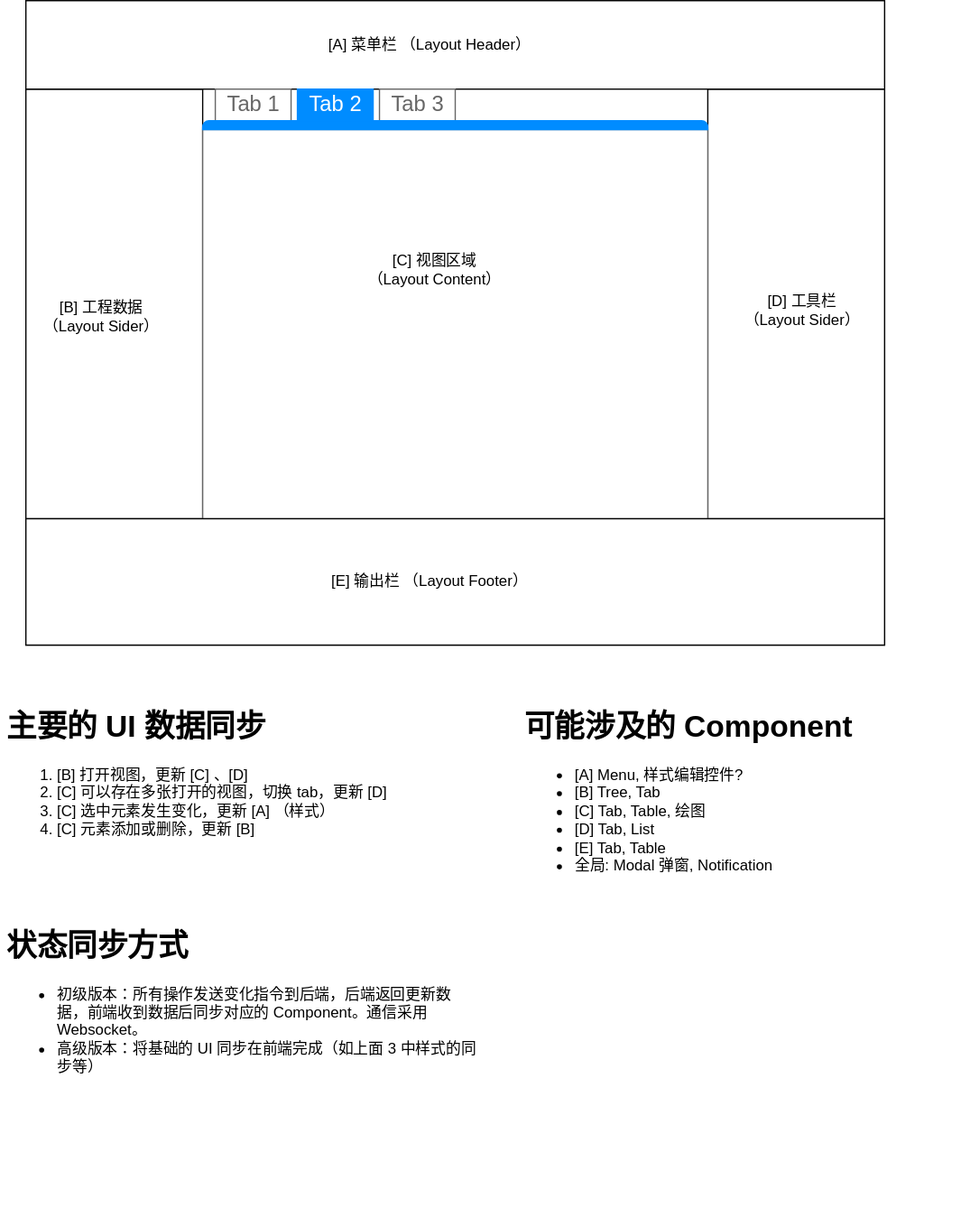
Above: architecture.drawio.svg in cd-yang/ytconfig-react (draw.io), before the change. Source tidied: cells renumbered, new cells last; positions are measured from the earlier drawing's top-left corner, leaving out a move shared by most shapes. The source it was exported from:
```xml
<mxGraphModel>
  <root>
    <mxCell id="0" />
    <mxCell id="1" parent="0" />
    <mxCell id="2" value="&lt;h1&gt;主要的 UI 数据同步&lt;/h1&gt;&lt;p&gt;&lt;/p&gt;&lt;ol&gt;&lt;li&gt;[B] 打开视图，更新 [C] 、[D]&lt;/li&gt;&lt;li&gt;[C] 可以存在多张打开的视图，切换 tab，更新 [D]&lt;/li&gt;&lt;li&gt;[C] 选中元素发生变化，更新 [A] （样式）&lt;/li&gt;&lt;li&gt;[C] 元素添加或删除，更新 [B]&lt;/li&gt;&lt;/ol&gt;&lt;div&gt;&lt;br&gt;&lt;/div&gt;&lt;div&gt;&lt;br&gt;&lt;/div&gt;&lt;div&gt;&lt;br&gt;&lt;/div&gt;&lt;div&gt;&lt;h1&gt;状态同步方式&lt;/h1&gt;&lt;p&gt;&lt;/p&gt;&lt;ul&gt;&lt;li&gt;初级版本：所有操作发送变化指令到后端，后端返回更新数据，前端收到数据后同步对应的 Component。通信采用 Websocket。&lt;/li&gt;&lt;li&gt;高级版本：将基础的 UI 同步在前端完成（如上面 3 中样式的同步等）&lt;/li&gt;&lt;/ul&gt;&lt;/div&gt;&lt;p&gt;&lt;/p&gt;" style="text;html=1;strokeColor=none;fillColor=none;spacing=5;spacingTop=-20;whiteSpace=wrap;overflow=hidden;rounded=0;" parent="1" vertex="1">
      <mxGeometry y="555" width="380" height="415" as="geometry" />
    </mxCell>
    <mxCell id="3" style="group;" parent="1" vertex="1">
      <mxGeometry x="20" width="680" height="510" as="geometry" />
    </mxCell>
    <mxCell id="4" style="group;" parent="3" vertex="1">
      <mxGeometry width="680" height="510" as="geometry" />
    </mxCell>
    <mxCell id="5" style="rounded=0;whiteSpace=wrap;html=1;" parent="4" vertex="1">
      <mxGeometry width="680" height="510" as="geometry" />
    </mxCell>
    <mxCell id="6" style="rounded=0;whiteSpace=wrap;html=1;" parent="4" vertex="1">
      <mxGeometry y="70" width="140" height="340" as="geometry" />
    </mxCell>
    <mxCell id="7" style="rounded=0;whiteSpace=wrap;html=1;" parent="4" vertex="1">
      <mxGeometry x="540" y="70" width="140" height="340" as="geometry" />
    </mxCell>
    <mxCell id="8" style="group;" parent="4" vertex="1">
      <mxGeometry width="680" height="70" as="geometry" />
    </mxCell>
    <mxCell id="9" style="rounded=0;whiteSpace=wrap;html=1;" parent="8" vertex="1">
      <mxGeometry width="680" height="70" as="geometry" />
    </mxCell>
    <mxCell id="10" value="[A] 菜单栏 （Layout Header）" style="text;html=1;strokeColor=none;fillColor=none;align=center;verticalAlign=middle;whiteSpace=wrap;rounded=0;" parent="8" vertex="1">
      <mxGeometry x="170" y="20" width="300" height="30" as="geometry" />
    </mxCell>
    <mxCell id="11" value="[B] 工程数据&lt;br&gt;&amp;nbsp;（Layout Sider）" style="text;html=1;strokeColor=none;fillColor=none;align=center;verticalAlign=middle;whiteSpace=wrap;rounded=0;" parent="4" vertex="1">
      <mxGeometry x="-10" y="220" width="140" height="60" as="geometry" />
    </mxCell>
    <mxCell id="12" value="[D] 工具栏&lt;br&gt;&amp;nbsp;（Layout Sider）" style="text;html=1;strokeColor=none;fillColor=none;align=center;verticalAlign=middle;whiteSpace=wrap;rounded=0;" parent="4" vertex="1">
      <mxGeometry x="550" y="230" width="130" height="30" as="geometry" />
    </mxCell>
    <mxCell id="13" style="strokeWidth=1;shadow=0;dashed=0;align=center;html=1;shape=mxgraph.mockup.containers.marginRect2;rectMarginTop=32;strokeColor=#666666;gradientColor=none;" parent="4" vertex="1">
      <mxGeometry x="140" y="70" width="400" height="340" as="geometry" />
    </mxCell>
    <mxCell id="14" value="Tab 1" style="strokeColor=inherit;fillColor=inherit;gradientColor=inherit;strokeWidth=1;shadow=0;dashed=0;align=center;html=1;shape=mxgraph.mockup.containers.rrect;rSize=0;fontSize=17;fontColor=#666666;gradientColor=none;" parent="13" vertex="1">
      <mxGeometry width="60" height="25" relative="1" as="geometry">
        <mxPoint x="10" as="offset" />
      </mxGeometry>
    </mxCell>
    <mxCell id="15" value="Tab 2" style="strokeWidth=1;shadow=0;dashed=0;align=center;html=1;shape=mxgraph.mockup.containers.rrect;rSize=0;fontSize=17;fontColor=#ffffff;strokeColor=#008cff;fillColor=#008cff;" parent="13" vertex="1">
      <mxGeometry width="60" height="25" relative="1" as="geometry">
        <mxPoint x="75" as="offset" />
      </mxGeometry>
    </mxCell>
    <mxCell id="16" value="Tab 3" style="strokeColor=inherit;fillColor=inherit;gradientColor=inherit;strokeWidth=1;shadow=0;dashed=0;align=center;html=1;shape=mxgraph.mockup.containers.rrect;rSize=0;fontSize=17;fontColor=#666666;gradientColor=none;" parent="13" vertex="1">
      <mxGeometry width="60" height="25" relative="1" as="geometry">
        <mxPoint x="140" as="offset" />
      </mxGeometry>
    </mxCell>
    <mxCell id="17" style="strokeWidth=1;shadow=0;dashed=0;align=center;html=1;shape=mxgraph.mockup.containers.topButton;rSize=5;strokeColor=#008cff;fillColor=#008cff;gradientColor=none;" parent="13" vertex="1">
      <mxGeometry width="400" height="7" relative="1" as="geometry">
        <mxPoint y="25" as="offset" />
      </mxGeometry>
    </mxCell>
    <mxCell id="18" value="[C] 视图区域&lt;br&gt;&amp;nbsp;（Layout Content）" style="text;html=1;strokeColor=none;fillColor=none;align=center;verticalAlign=middle;whiteSpace=wrap;rounded=0;" parent="13" vertex="1">
      <mxGeometry x="88" y="131.4" width="192" height="23.2" as="geometry" />
    </mxCell>
    <mxCell id="19" style="group;" parent="4" vertex="1">
      <mxGeometry y="410" width="680" height="100" as="geometry" />
    </mxCell>
    <mxCell id="20" style="rounded=0;whiteSpace=wrap;html=1;" parent="19" vertex="1">
      <mxGeometry width="680" height="100" as="geometry" />
    </mxCell>
    <mxCell id="21" value="[E] 输出栏 （Layout Footer）" style="text;html=1;strokeColor=none;fillColor=none;align=center;verticalAlign=middle;whiteSpace=wrap;rounded=0;" parent="19" vertex="1">
      <mxGeometry x="170" y="28.6" width="300" height="42.9" as="geometry" />
    </mxCell>
    <mxCell id="22" value="&lt;h1&gt;可能涉及的 Component&lt;/h1&gt;&lt;p&gt;&lt;/p&gt;&lt;ul&gt;&lt;li&gt;[A] Menu, 样式编辑控件?&lt;/li&gt;&lt;li&gt;[B] Tree, Tab&lt;/li&gt;&lt;li&gt;[C] Tab, Table, 绘图&lt;/li&gt;&lt;li&gt;[D] Tab, List&lt;/li&gt;&lt;li&gt;[E] Tab, Table&lt;/li&gt;&lt;li&gt;全局: Modal 弹窗, Notification&lt;/li&gt;&lt;/ul&gt;&lt;p&gt;&lt;/p&gt;" style="text;html=1;strokeColor=none;fillColor=none;spacing=5;spacingTop=-20;whiteSpace=wrap;overflow=hidden;rounded=0;" parent="1" vertex="1">
      <mxGeometry x="410" y="555" width="350" height="215" as="geometry" />
    </mxCell>
  </root>
</mxGraphModel>
```
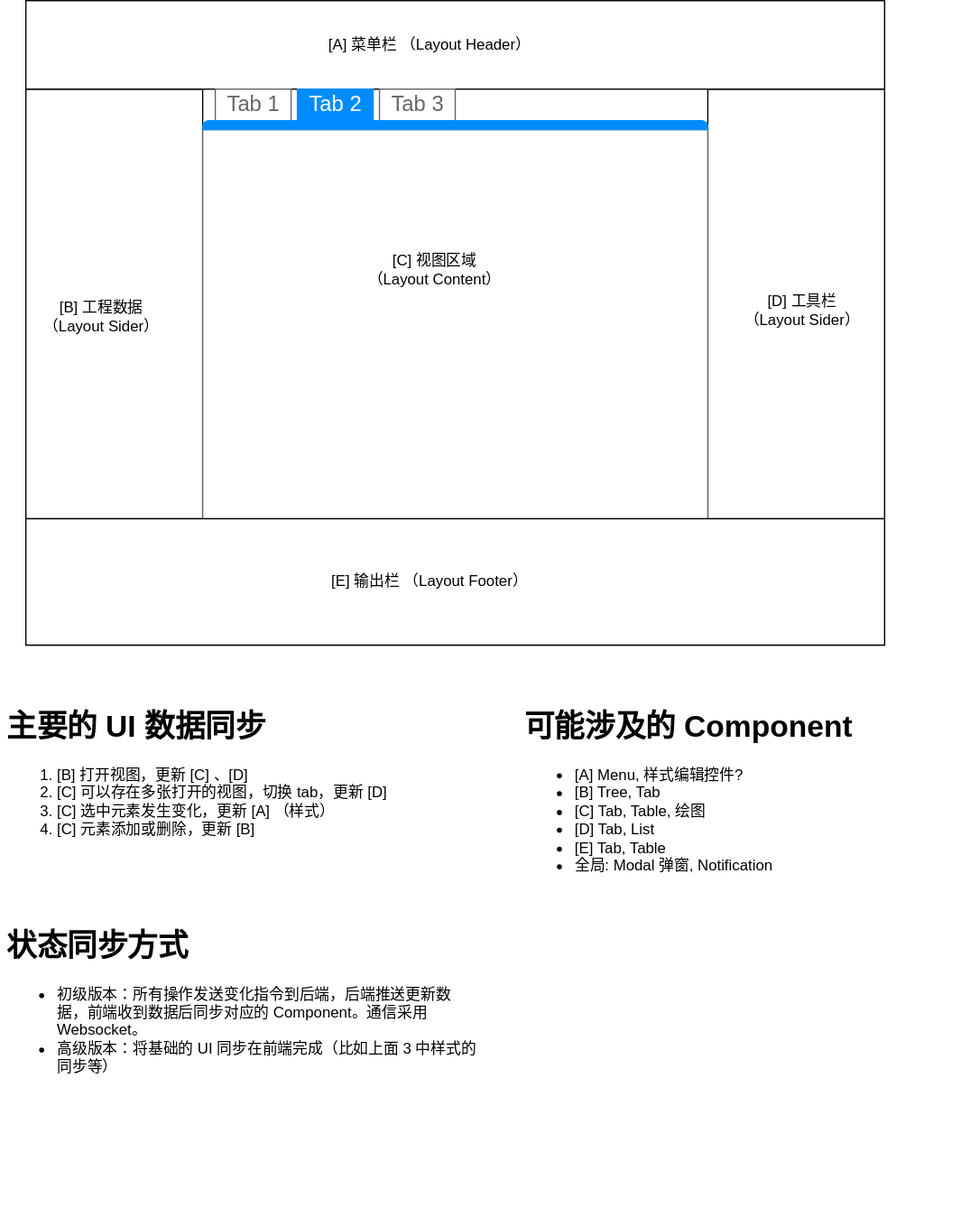
Later version of the same file.

Commit message:
update architecture diagram

Change to the diagram source:
```diff
@@ -2,7 +2,7 @@
   <root>
     <mxCell id="0" />
     <mxCell id="1" parent="0" />
-    <mxCell id="2" value="&lt;h1&gt;主要的 UI 数据同步&lt;/h1&gt;&lt;p&gt;&lt;/p&gt;&lt;ol&gt;&lt;li&gt;[B] 打开视图，更新 [C] 、[D]&lt;/li&gt;&lt;li&gt;[C] 可以存在多张打开的视图，切换 tab，更新 [D]&lt;/li&gt;&lt;li&gt;[C] 选中元素发生变化，更新 [A] （样式）&lt;/li&gt;&lt;li&gt;[C] 元素添加或删除，更新 [B]&lt;/li&gt;&lt;/ol&gt;&lt;div&gt;&lt;br&gt;&lt;/div&gt;&lt;div&gt;&lt;br&gt;&lt;/div&gt;&lt;div&gt;&lt;br&gt;&lt;/div&gt;&lt;div&gt;&lt;h1&gt;状态同步方式&lt;/h1&gt;&lt;p&gt;&lt;/p&gt;&lt;ul&gt;&lt;li&gt;初级版本：所有操作发送变化指令到后端，后端返回更新数据，前端收到数据后同步对应的 Component。通信采用 Websocket。&lt;/li&gt;&lt;li&gt;高级版本：将基础的 UI 同步在前端完成（如上面 3 中样式的同步等）&lt;/li&gt;&lt;/ul&gt;&lt;/div&gt;&lt;p&gt;&lt;/p&gt;" style="text;html=1;strokeColor=none;fillColor=none;spacing=5;spacingTop=-20;whiteSpace=wrap;overflow=hidden;rounded=0;" parent="1" vertex="1">
+    <mxCell id="2" value="&lt;h1&gt;主要的 UI 数据同步&lt;/h1&gt;&lt;p&gt;&lt;/p&gt;&lt;ol&gt;&lt;li&gt;[B] 打开视图，更新 [C] 、[D]&lt;/li&gt;&lt;li&gt;[C] 可以存在多张打开的视图，切换 tab，更新 [D]&lt;/li&gt;&lt;li&gt;[C] 选中元素发生变化，更新 [A] （样式）&lt;/li&gt;&lt;li&gt;[C] 元素添加或删除，更新 [B]&lt;/li&gt;&lt;/ol&gt;&lt;div&gt;&lt;br&gt;&lt;/div&gt;&lt;div&gt;&lt;br&gt;&lt;/div&gt;&lt;div&gt;&lt;br&gt;&lt;/div&gt;&lt;div&gt;&lt;h1&gt;状态同步方式&lt;/h1&gt;&lt;p&gt;&lt;/p&gt;&lt;ul&gt;&lt;li&gt;初级版本：所有操作发送变化指令到后端，后端推送更新数据，前端收到数据后同步对应的 Component。通信采用 Websocket。&lt;/li&gt;&lt;li&gt;高级版本：将基础的 UI 同步在前端完成（比如上面 3 中样式的同步等）&lt;/li&gt;&lt;/ul&gt;&lt;/div&gt;&lt;p&gt;&lt;/p&gt;" style="text;html=1;strokeColor=none;fillColor=none;spacing=5;spacingTop=-20;whiteSpace=wrap;overflow=hidden;rounded=0;" parent="1" vertex="1">
       <mxGeometry y="555" width="380" height="415" as="geometry" />
     </mxCell>
     <mxCell id="3" style="group;" parent="1" vertex="1">
```
